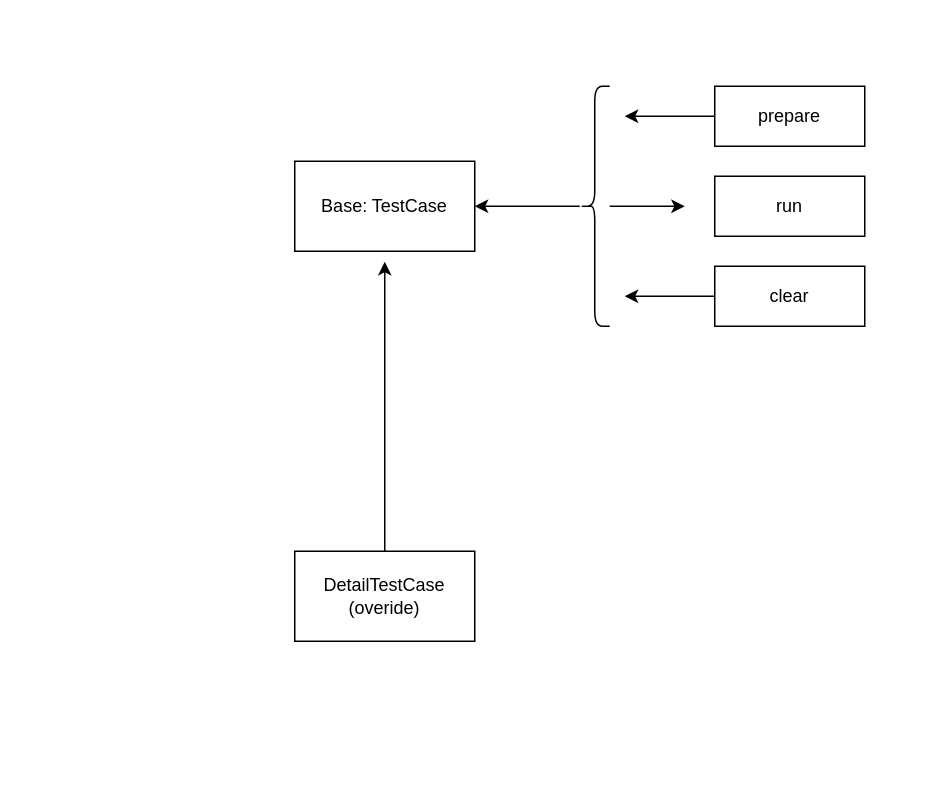
This is python_testcase.drawio from ff12323/drawio_ideas, a draw.io file, before an edit. Source tidied: cells renumbered, new cells numbered last; positions are measured from the earlier drawing's top-left corner, leaving out a move shared by most shapes. Both pictures are drawn from the tidied source at 150%, with x=0, y=0 at pixel (294, 86).
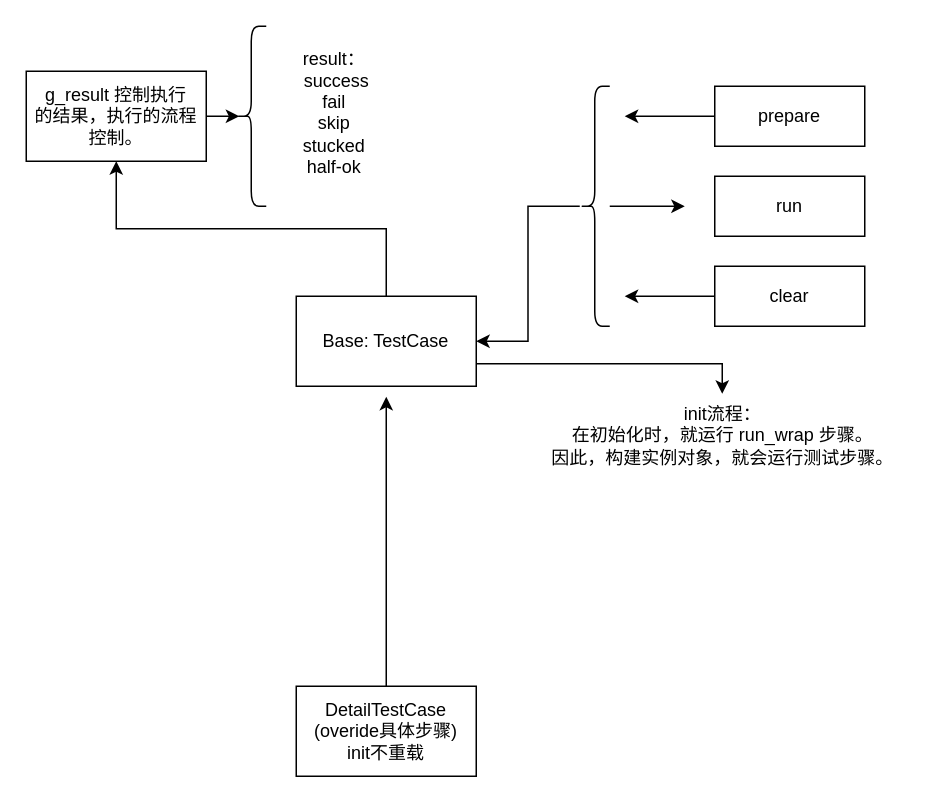
The same diagram, later.

Change to the diagram source:
```diff
@@
-    <mxCell id="2" value="DetailTestCase&lt;div&gt;(overide)&lt;/div&gt;" style="rounded=0;whiteSpace=wrap;html=1;" parent="1" vertex="1">
-      <mxGeometry y="310" width="120" height="60" as="geometry" />
+    <mxCell id="2" value="DetailTestCase&lt;div&gt;(overide具体步骤)&lt;/div&gt;&lt;div&gt;init不重载&lt;/div&gt;" style="rounded=0;whiteSpace=wrap;html=1;" parent="1" vertex="1">
+      <mxGeometry x="1" y="400" width="120" height="60" as="geometry" />
     </mxCell>
+    <mxCell id="13" style="edgeStyle=orthogonalEdgeStyle;rounded=0;jettySize=auto;html=1;exitX=1;exitY=0.75;exitDx=0;exitDy=0;" parent="1" edge="1" source="3" target="15">
+      <mxGeometry relative="1" as="geometry" />
+    </mxCell>
+    <mxCell id="14" style="edgeStyle=orthogonalEdgeStyle;rounded=0;jettySize=auto;html=1;exitX=0.5;exitY=0;exitDx=0;exitDy=0;" parent="1" edge="1" source="3" target="16">
+      <mxGeometry relative="1" as="geometry" />
+    </mxCell>
     <mxCell id="3" value="Base: TestCase" style="rounded=0;whiteSpace=wrap;html=1;" parent="1" vertex="1">
-      <mxGeometry y="50" width="120" height="60" as="geometry" />
+      <mxGeometry x="1" y="140" width="120" height="60" as="geometry" />
     </mxCell>
@@
+    <mxCell id="15" value="init流程：&lt;div&gt;在初始化时，就运行 run_wrap 步骤。&lt;/div&gt;&lt;div&gt;因此，构建实例对象，就会运行测试步骤。&lt;/div&gt;&lt;div&gt;&lt;br&gt;&lt;/div&gt;" style="text;html=1;align=center;verticalAlign=middle;points=[];strokeColor=none;fillColor=none;" parent="1" vertex="1">
+      <mxGeometry x="160" y="205" width="250" height="70" as="geometry" />
+    </mxCell>
+    <mxCell id="16" value="g_result 控制执行&lt;div&gt;的结果，执行的流程控制。&lt;/div&gt;" style="rounded=0;whiteSpace=wrap;html=1;" parent="1" vertex="1">
+      <mxGeometry x="-179" y="-10" width="120" height="60" as="geometry" />
+    </mxCell>
+    <mxCell id="17" style="shape=curlyBracket;whiteSpace=wrap;html=1;rounded=1;labelPosition=left;verticalLabelPosition=middle;align=right;verticalAlign=middle;" parent="1" vertex="1">
+      <mxGeometry x="-39" y="-40" width="20" height="120" as="geometry" />
+    </mxCell>
+    <mxCell id="18" style="edgeStyle=orthogonalEdgeStyle;rounded=0;jettySize=auto;html=1;entryX=0.1;entryY=0.5;entryDx=0;entryDy=0;entryPerimeter=0;" parent="1" edge="1" source="16" target="17">
+      <mxGeometry relative="1" as="geometry" />
+    </mxCell>
+    <mxCell id="19" value="result：&lt;div&gt;&amp;nbsp;success&lt;/div&gt;&lt;div&gt;fail&lt;/div&gt;&lt;div&gt;skip&lt;/div&gt;&lt;div&gt;stucked&lt;/div&gt;&lt;div&gt;half-ok&lt;/div&gt;&lt;div&gt;&lt;br&gt;&lt;/div&gt;" style="text;html=1;align=center;verticalAlign=middle;strokeColor=none;fillColor=none;" parent="1" vertex="1">
+      <mxGeometry x="-9" y="-30" width="70" height="110" as="geometry" />
+    </mxCell>
```
